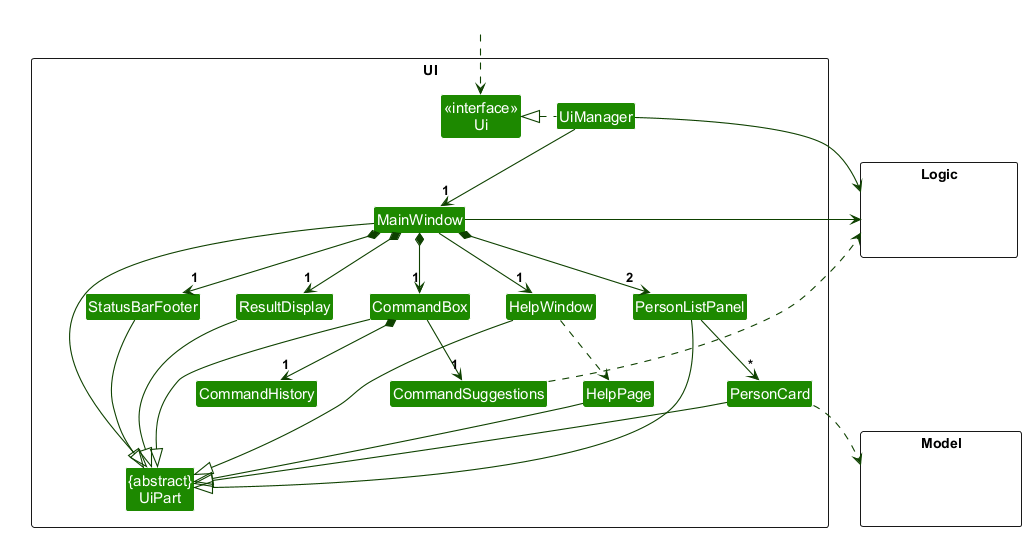
Above: docs/images/UiClassDiagram.png in AY2627S1-CS2103T-F10-4/tp (PlantUML), before the change. The source it was exported from:
```plantuml
@startuml
!include style.puml
skinparam arrowThickness 1.1
skinparam arrowColor UI_COLOR_T4
skinparam classBackgroundColor UI_COLOR

package UI <<Rectangle>>{
Class "<<interface>>\nUi" as Ui
Class "{abstract}\nUiPart" as UiPart
Class UiManager
Class MainWindow
Class HelpWindow
Class HelpPage
Class ResultDisplay
Class PersonListPanel
Class PersonCard
Class StatusBarFooter
Class CommandBox
Class CommandHistory
Class CommandSuggestions
}

package Model <<Rectangle>> {
Class HiddenModel #FFFFFF
}

package Logic <<Rectangle>> {
Class HiddenLogic #FFFFFF
}

Class HiddenOutside #FFFFFF
HiddenOutside ..> Ui

UiManager .left.|> Ui
UiManager -down-> "1" MainWindow
MainWindow *-down->  "1" CommandBox
MainWindow *-down-> "1" ResultDisplay
MainWindow *-down-> "2" PersonListPanel
MainWindow *-down-> "1" StatusBarFooter
MainWindow --> "1" HelpWindow

PersonListPanel -down-> "*" PersonCard
CommandBox *-down-> "1" CommandHistory
CommandBox -down-> "1" CommandSuggestions
HelpWindow .down.> HelpPage

MainWindow -left-|> UiPart

ResultDisplay --|> UiPart
CommandBox --|> UiPart
PersonListPanel --|> UiPart
PersonCard --|> UiPart
StatusBarFooter --|> UiPart
HelpWindow --|> UiPart
HelpPage --|> UiPart

PersonCard ..> Model
CommandSuggestions ..> Logic
UiManager -right-> Logic
MainWindow -left-> Logic

PersonListPanel -[hidden]left- HelpWindow
HelpWindow -[hidden]left- CommandBox
CommandBox -[hidden]left- ResultDisplay
ResultDisplay -[hidden]left- StatusBarFooter
HelpPage -[hidden]left- CommandSuggestions

MainWindow -[hidden]-|> UiPart
@enduml
```
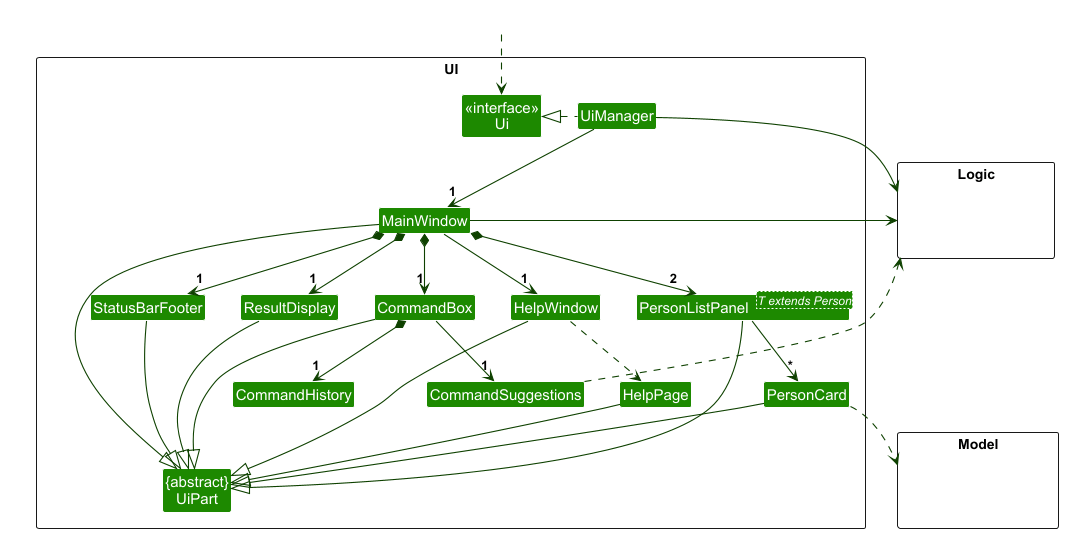
The same file after the commit.

Commit message:
Update UML diagrams and remove redundant notes

Diff of the diagram source:
```diff
@@ -12,7 +12,7 @@
 Class HelpWindow
 Class HelpPage
 Class ResultDisplay
-Class PersonListPanel
+Class "PersonListPanel<T extends Person>" as PersonListPanel
 Class PersonCard
 Class StatusBarFooter
 Class CommandBox
```
